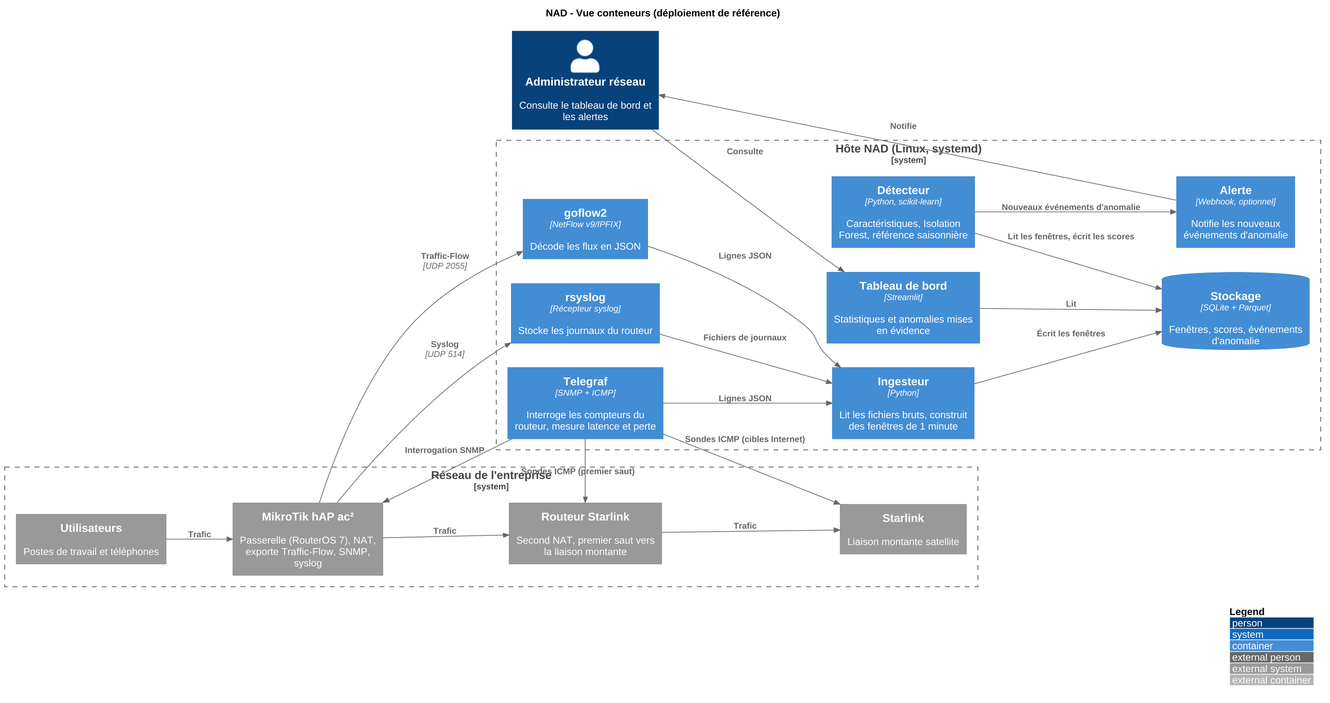
Before: docs/diagrams/nad-containers-fr.png, a diagram exported from PlantUML (RStephanH/NAD).
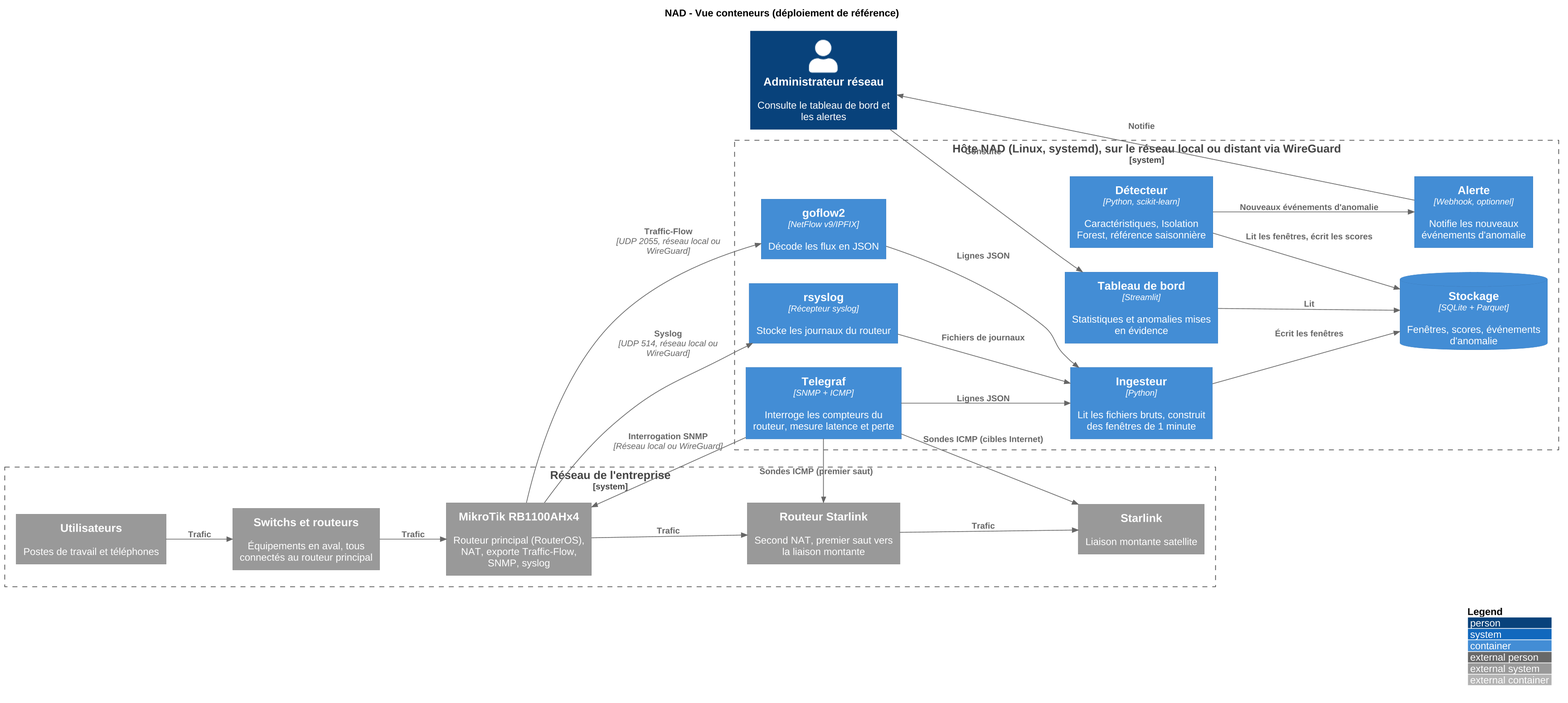
Above is the later version.

Commit message:
docs: document VPS-hosted NAD architecture over WireGuard

The edit, as a diff of the source:
```diff
@@ -10,12 +10,13 @@
 
 System_Boundary(site, "Réseau de l'entreprise") {
   System_Ext(users, "Utilisateurs", "Postes de travail et téléphones")
-  System_Ext(gateway, "MikroTik hAP ac²", "Passerelle (RouterOS 7), NAT, exporte Traffic-Flow, SNMP, syslog")
+  System_Ext(lan, "Switchs et routeurs", "Équipements en aval, tous connectés au routeur principal")
+  System_Ext(gateway, "MikroTik RB1100AHx4", "Routeur principal (RouterOS), NAT, exporte Traffic-Flow, SNMP, syslog")
   System_Ext(slrouter, "Routeur Starlink", "Second NAT, premier saut vers la liaison montante")
   System_Ext(uplink, "Starlink", "Liaison montante satellite")
 }
 
-System_Boundary(nad, "Hôte NAD (Linux, systemd)") {
+System_Boundary(nad, "Hôte NAD (Linux, systemd), sur le réseau local ou distant via WireGuard") {
   Container(telegraf, "Telegraf", "SNMP + ICMP", "Interroge les compteurs du routeur, mesure latence et perte")
   Container(goflow, "goflow2", "NetFlow v9/IPFIX", "Décode les flux en JSON")
   Container(rsyslog, "rsyslog", "Récepteur syslog", "Stocke les journaux du routeur")
@@ -26,15 +27,16 @@
   Container(alerts, "Alerte", "Webhook, optionnel", "Notifie les nouveaux événements d'anomalie")
 }
 
-Rel(users, gateway, "Trafic")
+Rel(users, lan, "Trafic")
+Rel(lan, gateway, "Trafic")
 Rel(gateway, slrouter, "Trafic")
 Rel(slrouter, uplink, "Trafic")
 
-Rel(telegraf, gateway, "Interrogation SNMP")
+Rel(telegraf, gateway, "Interrogation SNMP", "Réseau local ou WireGuard")
 Rel(telegraf, slrouter, "Sondes ICMP (premier saut)")
 Rel(telegraf, uplink, "Sondes ICMP (cibles Internet)")
-Rel(gateway, goflow, "Traffic-Flow", "UDP 2055")
-Rel(gateway, rsyslog, "Syslog", "UDP 514")
+Rel(gateway, goflow, "Traffic-Flow", "UDP 2055, réseau local ou WireGuard")
+Rel(gateway, rsyslog, "Syslog", "UDP 514, réseau local ou WireGuard")
 
 Rel(telegraf, ingest, "Lignes JSON")
 Rel(goflow, ingest, "Lignes JSON")
```
